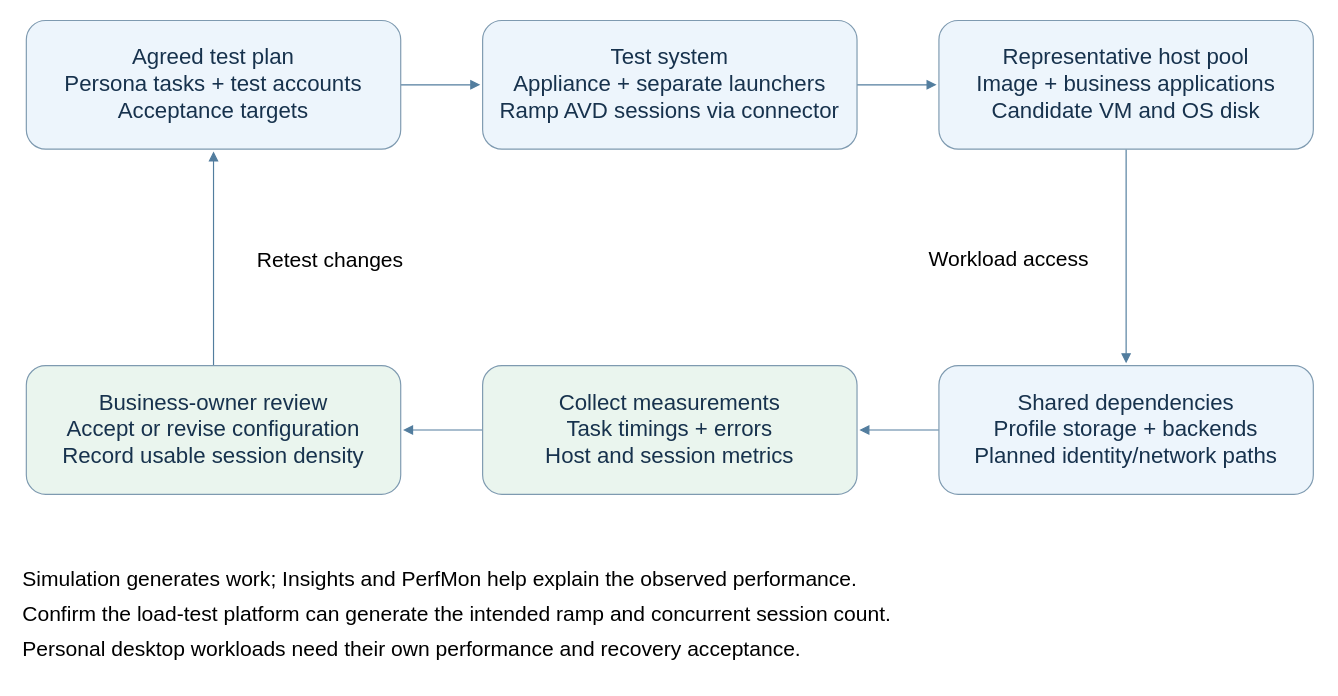
Earlier version of the draw.io diagram src/img/avd/AVD-Post-06-load-test-plan.drawio (AddySidd27/cloud-ai-notes). Source tidied: cells renumbered, new cells numbered last; positions are measured from the earlier drawing's top-left corner, leaving out a move shared by most shapes. Both pictures are drawn from the tidied source at 117%, with x=0, y=0 at pixel (20, 20).
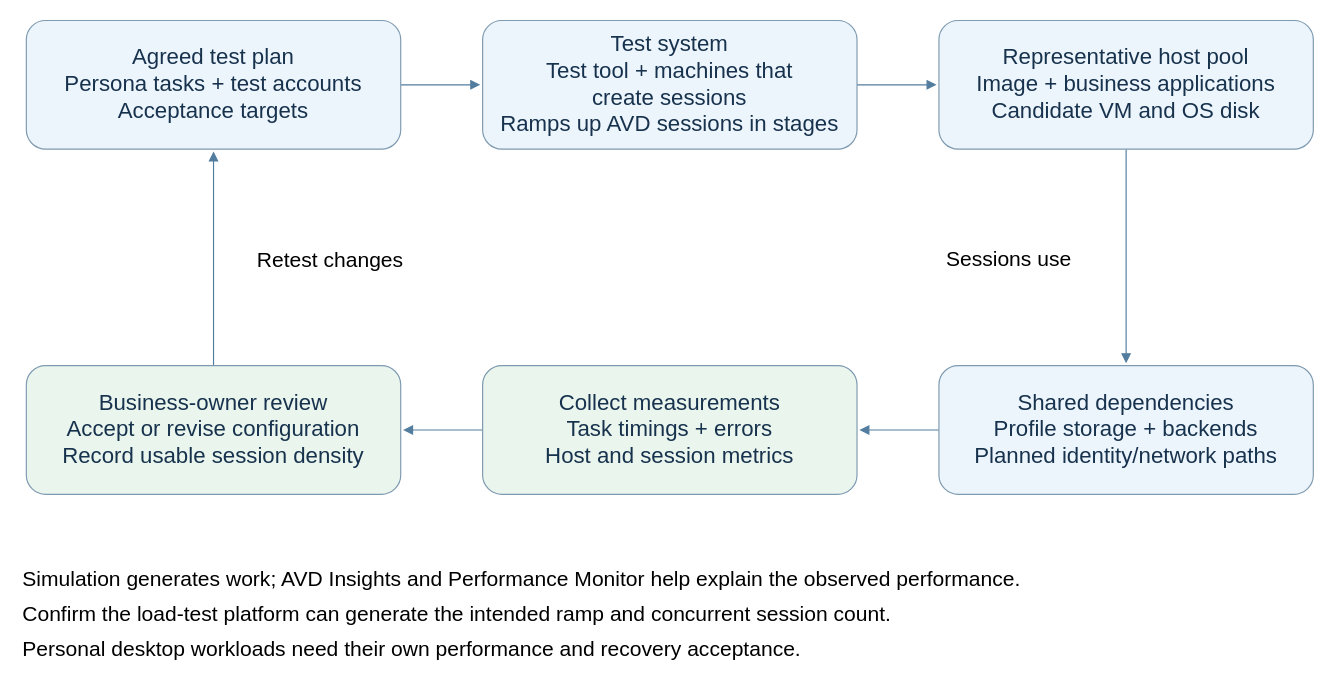
After the change.

Change to the diagram source:
```diff
@@
-    <mxCell id="4" value="Workload access" style="edgeStyle=none;endArrow=block;strokeColor=#527d9e;fontSize=18;labelBackgroundColor=#ffffff;" parent="1" edge="1">
+    <mxCell id="4" value="Sessions use" style="edgeStyle=none;endArrow=block;strokeColor=#527d9e;fontSize=18;labelBackgroundColor=#ffffff;" parent="1" edge="1">
       <mxGeometry relative="1" as="geometry">
         <mxPoint x="945" y="110" as="sourcePoint" />
         <mxPoint x="945" y="293" as="targetPoint" />
         <mxPoint x="-100" as="offset" />
       </mxGeometry>
     </mxCell>
@@
-    <mxCell id="9" value="Test system&lt;br&gt;Appliance + separate launchers&lt;br&gt;Ramp AVD sessions via connector" style="rounded=1;whiteSpace=wrap;html=1;fillColor=#edf5fc;strokeColor=#7e9ab0;fontSize=19;fontColor=#17324d;" parent="1" vertex="1">
+    <mxCell id="9" value="Test system&lt;br&gt;Test tool + machines that&lt;br&gt;create sessions&lt;br&gt;Ramps up AVD sessions in stages" style="rounded=1;whiteSpace=wrap;html=1;fillColor=#edf5fc;strokeColor=#7e9ab0;fontSize=19;fontColor=#17324d;" parent="1" vertex="1">
       <mxGeometry x="395" width="320" height="110" as="geometry" />
     </mxCell>
@@
-    <mxCell id="14" value="Simulation generates work; Insights and PerfMon help explain the observed performance." style="text;html=0;strokeColor=none;fillColor=none;fontSize=18;" parent="1" vertex="1">
+    <mxCell id="14" value="Simulation generates work; AVD Insights and Performance Monitor help explain the observed performance." style="text;html=0;strokeColor=none;fillColor=none;fontSize=18;" parent="1" vertex="1">
       <mxGeometry y="460" width="1110" height="40" as="geometry" />
     </mxCell>
```
